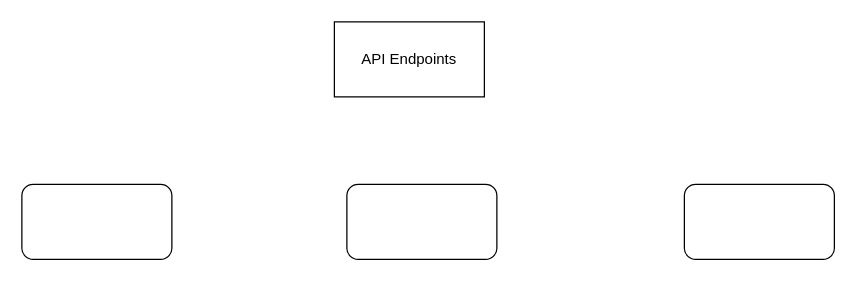
Before: architecture_diagram/architecture.drawio in MehmetAliAydogan/apps_case_study, a draw.io diagram. Source tidied: cells renumbered, new cells numbered last; positions are measured from the earlier drawing's top-left corner, leaving out a move shared by most shapes. Both pictures are drawn from the tidied source at 125%, with x=0, y=0 at pixel (21, 21).
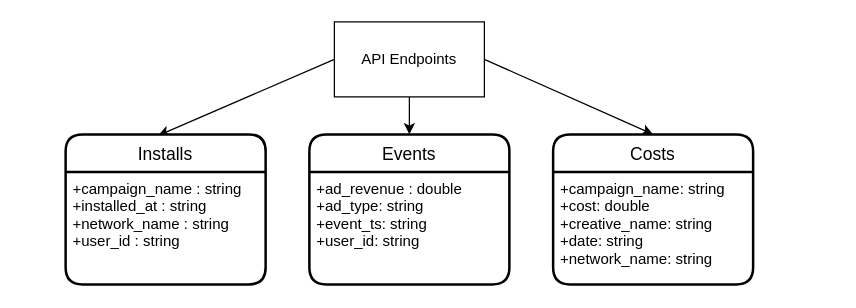
The same page after the edit.

Diff of the diagram source:
```diff
@@
 <mxGraphModel>
   <root>
     <mxCell id="0" />
     <mxCell id="1" parent="0" />
+    <mxCell id="6" style="edgeStyle=none;html=1;exitX=0.5;exitY=1;exitDx=0;exitDy=0;entryX=0.5;entryY=0;entryDx=0;entryDy=0;" parent="1" edge="1" source="2" target="11">
+      <mxGeometry relative="1" as="geometry" />
+    </mxCell>
+    <mxCell id="7" style="edgeStyle=none;html=1;exitX=0;exitY=0.5;exitDx=0;exitDy=0;entryX=0.463;entryY=0.008;entryDx=0;entryDy=0;entryPerimeter=0;" parent="1" edge="1" source="2" target="9">
+      <mxGeometry relative="1" as="geometry" />
+    </mxCell>
+    <mxCell id="8" style="edgeStyle=none;html=1;exitX=1;exitY=0.5;exitDx=0;exitDy=0;entryX=0.5;entryY=0;entryDx=0;entryDy=0;" parent="1" edge="1" source="2" target="13">
+      <mxGeometry relative="1" as="geometry" />
+    </mxCell>
     <mxCell id="2" value="API Endpoints" style="rounded=0;whiteSpace=wrap;html=1;" parent="1" vertex="1">
       <mxGeometry x="250" width="120" height="60" as="geometry" />
     </mxCell>
-    <mxCell id="3" style="rounded=1;whiteSpace=wrap;html=1;" parent="1" vertex="1">
-      <mxGeometry x="260" y="130" width="120" height="60" as="geometry" />
-    </mxCell>
-    <mxCell id="4" style="rounded=1;whiteSpace=wrap;html=1;" parent="1" vertex="1">
-      <mxGeometry y="130" width="120" height="60" as="geometry" />
-    </mxCell>
-    <mxCell id="5" style="rounded=1;whiteSpace=wrap;html=1;" parent="1" vertex="1">
-      <mxGeometry x="530" y="130" width="120" height="60" as="geometry" />
-    </mxCell>
+    <mxCell id="9" value="Installs" style="swimlane;horizontal=1;startSize=30;rounded=1;fontSize=14;fontStyle=0;strokeWidth=2;shadow=0;dashed=0;align=center;" parent="1" vertex="1">
+      <mxGeometry x="35" y="90" width="160" height="120" as="geometry" />
+    </mxCell>
+    <mxCell id="10" value="+campaign_name : string&#10;+installed_at : string&#10;+network_name : string&#10;+user_id : string" style="align=left;strokeColor=none;fillColor=none;spacingLeft=4;fontSize=12;verticalAlign=top;" parent="9" vertex="1">
+      <mxGeometry y="30" width="160" height="90" as="geometry" />
+    </mxCell>
+    <mxCell id="11" value="Events" style="swimlane;horizontal=1;startSize=30;rounded=1;fontSize=14;fontStyle=0;strokeWidth=2;shadow=0;dashed=0;align=center;" parent="1" vertex="1">
+      <mxGeometry x="230" y="90" width="160" height="120" as="geometry" />
+    </mxCell>
+    <mxCell id="12" value="+ad_revenue : double&#10;+ad_type: string&#10;+event_ts: string&#10;+user_id: string" style="align=left;strokeColor=none;fillColor=none;spacingLeft=4;fontSize=12;verticalAlign=top;" parent="11" vertex="1">
+      <mxGeometry y="30" width="160" height="90" as="geometry" />
+    </mxCell>
+    <mxCell id="13" value="Costs" style="swimlane;horizontal=1;startSize=30;rounded=1;fontSize=14;fontStyle=0;strokeWidth=2;shadow=0;dashed=0;align=center;" parent="1" vertex="1">
+      <mxGeometry x="425" y="90" width="160" height="120" as="geometry" />
+    </mxCell>
+    <mxCell id="14" value="+campaign_name: string&#10;+cost: double&#10;+creative_name: string&#10;+date: string&#10;+network_name: string" style="align=left;strokeColor=none;fillColor=none;spacingLeft=4;fontSize=12;verticalAlign=top;" parent="13" vertex="1">
+      <mxGeometry y="30" width="160" height="90" as="geometry" />
+    </mxCell>
   </root>
 </mxGraphModel>
```
